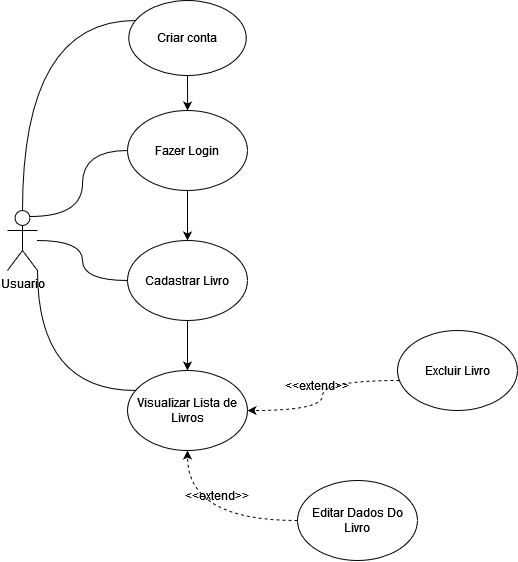
ADS-Unifg/Diagramas keeps this draw.io diagram as casoDeUso/casoDeUso.drawio.png. Above is the earlier version. Source tidied: cells renumbered, new cells last; positions are measured from the earlier drawing's top-left corner, leaving out a move shared by most shapes.
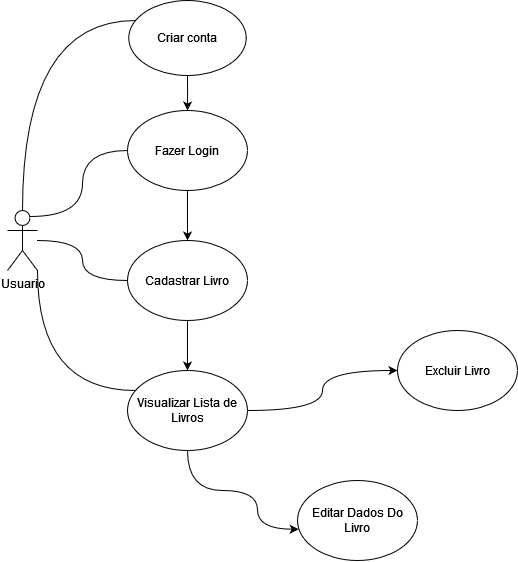
Later version of the same file.

The edit, as a diff of the source:
```diff
@@ -43,31 +43,27 @@
     <mxCell id="12" value="&lt;div&gt;Cadastrar Livro&lt;/div&gt;" style="ellipse;whiteSpace=wrap;html=1;" parent="1" vertex="1">
       <mxGeometry x="120" y="240" width="120" height="80" as="geometry" />
     </mxCell>
+    <mxCell id="20" style="edgeStyle=orthogonalEdgeStyle;rounded=0;jettySize=auto;html=1;entryX=0.01;entryY=0.609;entryDx=0;entryDy=0;curved=1;entryPerimeter=0;" parent="1" edge="1" target="17">
+      <mxGeometry relative="1" as="geometry">
+        <mxPoint x="180" y="450" as="sourcePoint" />
+        <Array as="points">
+          <mxPoint x="180" y="490" />
+          <mxPoint x="250" y="490" />
+          <mxPoint x="250" y="529" />
+        </Array>
+      </mxGeometry>
+    </mxCell>
+    <mxCell id="21" style="edgeStyle=orthogonalEdgeStyle;rounded=0;jettySize=auto;html=1;curved=1;" parent="1" edge="1" source="13" target="15">
+      <mxGeometry relative="1" as="geometry" />
+    </mxCell>
     <mxCell id="13" value="Visualizar Lista de Livros" style="ellipse;whiteSpace=wrap;html=1;" parent="1" vertex="1">
       <mxGeometry x="120" y="370" width="120" height="80" as="geometry" />
     </mxCell>
-    <mxCell id="14" style="edgeStyle=orthogonalEdgeStyle;rounded=0;jettySize=auto;html=1;entryX=1;entryY=0.5;entryDx=0;entryDy=0;curved=1;dashed=1;" parent="1" edge="1" source="15" target="13">
-      <mxGeometry relative="1" as="geometry">
-        <Array as="points">
-          <mxPoint x="315" y="380" />
-          <mxPoint x="315" y="410" />
-        </Array>
-      </mxGeometry>
-    </mxCell>
     <mxCell id="15" value="Excluir Livro" style="ellipse;whiteSpace=wrap;html=1;" parent="1" vertex="1">
       <mxGeometry x="390" y="330" width="120" height="80" as="geometry" />
     </mxCell>
-    <mxCell id="16" style="edgeStyle=orthogonalEdgeStyle;rounded=0;jettySize=auto;html=1;dashed=1;curved=1;" parent="1" edge="1" source="17" target="13">
-      <mxGeometry relative="1" as="geometry" />
-    </mxCell>
     <mxCell id="17" value="Editar Dados Do Livro" style="ellipse;whiteSpace=wrap;html=1;" parent="1" vertex="1">
       <mxGeometry x="290" y="480" width="120" height="80" as="geometry" />
     </mxCell>
-    <mxCell id="18" value="&amp;lt;&amp;lt;extend&amp;gt;&amp;gt;" style="text;strokeColor=none;align=center;fillColor=none;html=1;verticalAlign=middle;whiteSpace=wrap;rounded=0;" parent="1" vertex="1">
-      <mxGeometry x="280" y="370" width="60" height="30" as="geometry" />
-    </mxCell>
-    <mxCell id="19" value="&amp;lt;&amp;lt;extend&amp;gt;&amp;gt;" style="text;strokeColor=none;align=center;fillColor=none;html=1;verticalAlign=middle;whiteSpace=wrap;rounded=0;" parent="1" vertex="1">
-      <mxGeometry x="180" y="480" width="60" height="30" as="geometry" />
-    </mxCell>
   </root>
 </mxGraphModel>
```
